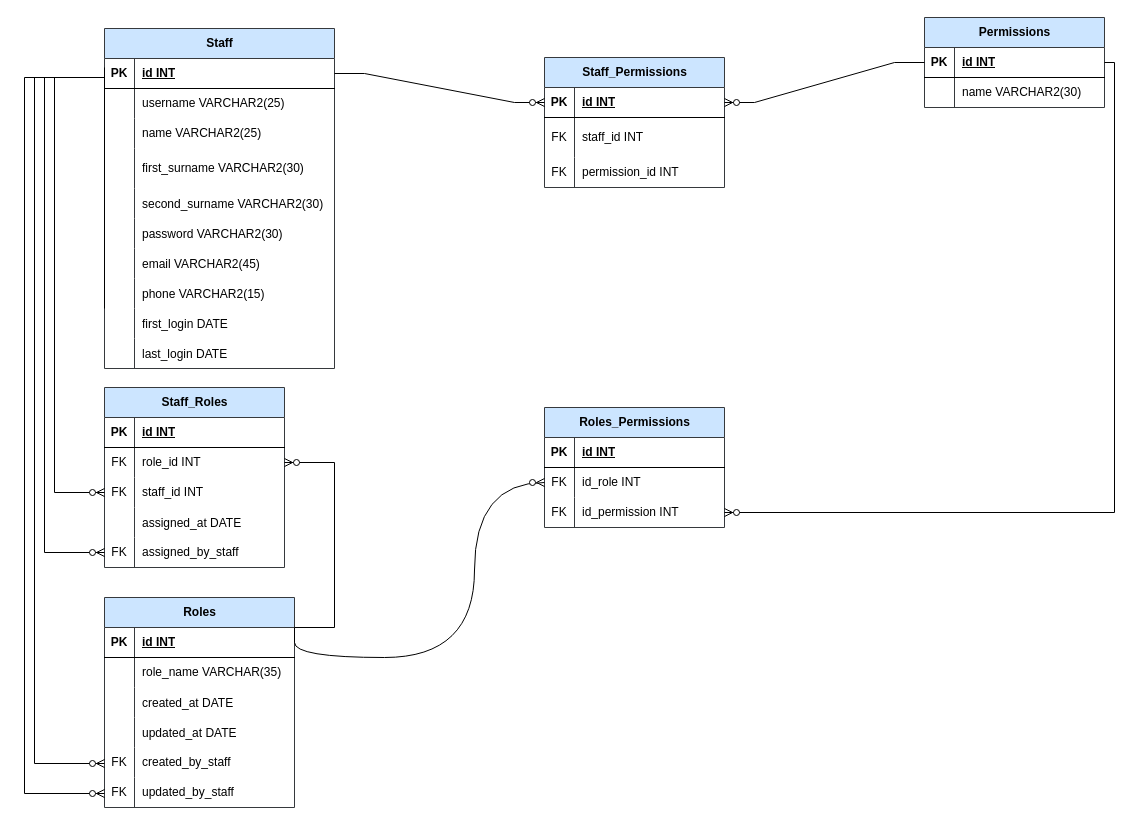
Above: adminpanel-relational-model-db.drawio in ivansanmartin/ivsm-ecommerce-info (draw.io), before the change. Source tidied: cells renumbered, new cells numbered last; positions are measured from the earlier drawing's top-left corner, leaving out a move shared by most shapes. Both pictures are drawn from the tidied source at 100%, with x=0, y=0 at pixel (24, 17).
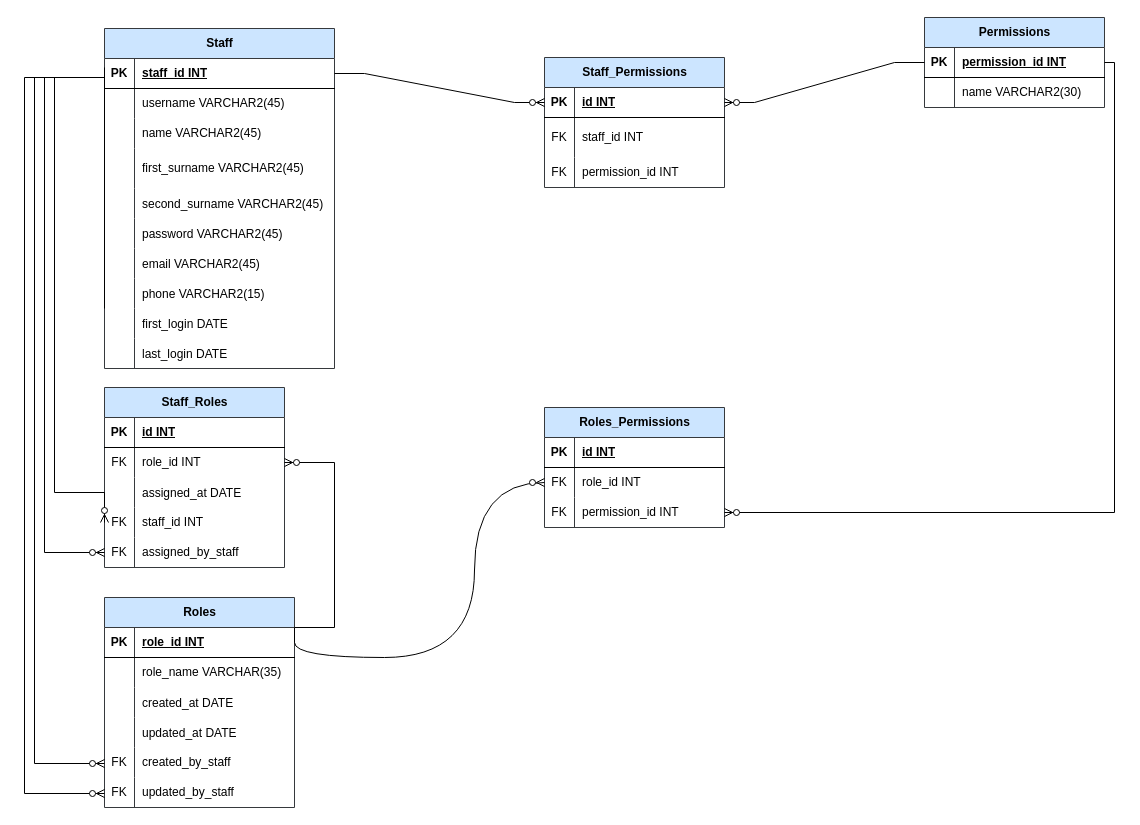
After the change.

Commit message:
update: admin panel relational diagram updated

Unchanged cells that the change refers to:
```xml
<mxCell id="3" style="shape=tableRow;horizontal=0;startSize=0;swimlaneHead=0;swimlaneBody=0;fillColor=none;points=[[0,0.5],[1,0.5]];portConstraint=eastwest;top=0;left=0;right=0;bottom=1;" parent="2" vertex="1">
  <mxGeometry y="30" width="230" height="30" as="geometry" />
</mxCell>
<mxCell id="6" style="shape=tableRow;horizontal=0;startSize=0;swimlaneHead=0;swimlaneBody=0;fillColor=none;top=0;left=0;right=0;bottom=0;" parent="2" vertex="1">
  <mxGeometry y="60" width="230" height="30" as="geometry" />
</mxCell>
<mxCell id="9" style="shape=tableRow;horizontal=0;startSize=0;swimlaneHead=0;swimlaneBody=0;fillColor=none;top=0;left=0;right=0;bottom=0;" parent="2" vertex="1">
  <mxGeometry y="90" width="230" height="30" as="geometry" />
</mxCell>
<mxCell id="12" style="shape=tableRow;horizontal=0;startSize=0;swimlaneHead=0;swimlaneBody=0;fillColor=none;top=0;left=0;right=0;bottom=0;" parent="2" vertex="1">
  <mxGeometry y="120" width="230" height="40" as="geometry" />
</mxCell>
<mxCell id="15" style="shape=tableRow;horizontal=0;startSize=0;swimlaneHead=0;swimlaneBody=0;fillColor=none;top=0;left=0;right=0;bottom=0;" parent="2" vertex="1">
  <mxGeometry y="160" width="230" height="30" as="geometry" />
</mxCell>
<mxCell id="18" style="shape=tableRow;horizontal=0;startSize=0;swimlaneHead=0;swimlaneBody=0;fillColor=none;top=0;left=0;right=0;bottom=0;" parent="2" vertex="1">
  <mxGeometry y="190" width="230" height="30" as="geometry" />
</mxCell>
<mxCell id="44" style="shape=tableRow;horizontal=0;startSize=0;swimlaneHead=0;swimlaneBody=0;fillColor=none;points=[[0,0.5],[1,0.5]];portConstraint=eastwest;top=0;left=0;right=0;bottom=1;" parent="43" vertex="1">
  <mxGeometry y="30" width="180" height="30" as="geometry" />
</mxCell>
<mxCell id="50" value="Staff_Roles" style="shape=table;startSize=30;childLayout=tableLayout;rowLines=0;fontStyle=1;align=center;html=1;fillColor=#cce5ff;strokeColor=#36393d;" parent="1" vertex="1">
  <mxGeometry x="80" y="370" width="180" height="180" as="geometry" />
</mxCell>
<mxCell id="70" style="shape=tableRow;horizontal=0;startSize=0;swimlaneHead=0;swimlaneBody=0;fillColor=none;points=[[0,0.5],[1,0.5]];portConstraint=eastwest;top=0;left=0;right=0;bottom=0;" parent="66" vertex="1">
  <mxGeometry y="60" width="180" height="30" as="geometry" />
</mxCell>
<mxCell id="73" style="shape=tableRow;horizontal=0;startSize=0;swimlaneHead=0;swimlaneBody=0;fillColor=none;points=[[0,0.5],[1,0.5]];portConstraint=eastwest;top=0;left=0;right=0;bottom=0;" parent="66" vertex="1">
  <mxGeometry y="90" width="180" height="30" as="geometry" />
</mxCell>
<mxCell id="77" style="shape=tableRow;horizontal=0;startSize=0;swimlaneHead=0;swimlaneBody=0;fillColor=none;points=[[0,0.5],[1,0.5]];portConstraint=eastwest;top=0;left=0;right=0;bottom=1;" parent="76" vertex="1">
  <mxGeometry y="30" width="190" height="30" as="geometry" />
</mxCell>
```

What changed in the source:
```diff
@@
-    <mxCell id="5" value="id INT" style="shape=partialRectangle;fillColor=none;top=0;left=0;bottom=0;right=0;align=left;spacingLeft=6;fontStyle=5;overflow=hidden;whiteSpace=wrap;html=1;" parent="3" vertex="1">
+    <mxCell id="5" value="staff_id INT" style="shape=partialRectangle;fillColor=none;top=0;left=0;bottom=0;right=0;align=left;spacingLeft=6;fontStyle=5;overflow=hidden;whiteSpace=wrap;html=1;" parent="3" vertex="1">
       <mxGeometry x="30" width="200" height="30" as="geometry" />
     </mxCell>
@@
-    <mxCell id="8" value="username VARCHAR2(25)" style="shape=partialRectangle;fillColor=none;top=0;left=0;bottom=0;right=0;align=left;spacingLeft=6;overflow=hidden;whiteSpace=wrap;html=1;" parent="6" vertex="1">
+    <mxCell id="8" value="username VARCHAR2(45)" style="shape=partialRectangle;fillColor=none;top=0;left=0;bottom=0;right=0;align=left;spacingLeft=6;overflow=hidden;whiteSpace=wrap;html=1;" parent="6" vertex="1">
       <mxGeometry x="30" width="200" height="30" as="geometry" />
     </mxCell>
@@
-    <mxCell id="11" value="name VARCHAR2(25)" style="shape=partialRectangle;fillColor=none;top=0;left=0;bottom=0;right=0;align=left;spacingLeft=6;overflow=hidden;whiteSpace=wrap;html=1;" parent="9" vertex="1">
+    <mxCell id="11" value="name VARCHAR2(45)" style="shape=partialRectangle;fillColor=none;top=0;left=0;bottom=0;right=0;align=left;spacingLeft=6;overflow=hidden;whiteSpace=wrap;html=1;" parent="9" vertex="1">
       <mxGeometry x="30" width="200" height="30" as="geometry" />
     </mxCell>
@@
-    <mxCell id="14" value="first_surname VARCHAR2(30)" style="shape=partialRectangle;fillColor=none;top=0;left=0;bottom=0;right=0;align=left;spacingLeft=6;overflow=hidden;whiteSpace=wrap;html=1;" parent="12" vertex="1">
+    <mxCell id="14" value="first_surname VARCHAR2(45)" style="shape=partialRectangle;fillColor=none;top=0;left=0;bottom=0;right=0;align=left;spacingLeft=6;overflow=hidden;whiteSpace=wrap;html=1;" parent="12" vertex="1">
       <mxGeometry x="30" width="200" height="40" as="geometry" />
     </mxCell>
@@
-    <mxCell id="17" value="second_surname VARCHAR2(30)" style="shape=partialRectangle;fillColor=none;top=0;left=0;bottom=0;right=0;align=left;spacingLeft=6;overflow=hidden;" parent="15" vertex="1">
+    <mxCell id="17" value="second_surname VARCHAR2(45)" style="shape=partialRectangle;fillColor=none;top=0;left=0;bottom=0;right=0;align=left;spacingLeft=6;overflow=hidden;" parent="15" vertex="1">
       <mxGeometry x="30" width="200" height="30" as="geometry" />
     </mxCell>
@@
-    <mxCell id="20" value="password VARCHAR2(30)" style="shape=partialRectangle;fillColor=none;top=0;left=0;bottom=0;right=0;align=left;spacingLeft=6;overflow=hidden;" parent="18" vertex="1">
+    <mxCell id="20" value="password VARCHAR2(45)" style="shape=partialRectangle;fillColor=none;top=0;left=0;bottom=0;right=0;align=left;spacingLeft=6;overflow=hidden;" parent="18" vertex="1">
       <mxGeometry x="30" width="200" height="30" as="geometry" />
     </mxCell>
@@
-    <mxCell id="46" value="id INT" style="shape=partialRectangle;fillColor=none;top=0;left=0;bottom=0;right=0;align=left;spacingLeft=6;fontStyle=5;overflow=hidden;whiteSpace=wrap;html=1;" parent="44" vertex="1">
+    <mxCell id="46" value="permission_id INT" style="shape=partialRectangle;fillColor=none;top=0;left=0;bottom=0;right=0;align=left;spacingLeft=6;fontStyle=5;overflow=hidden;whiteSpace=wrap;html=1;" parent="44" vertex="1">
       <mxGeometry x="30" width="150" height="30" as="geometry" />
     </mxCell>
@@
+    <mxCell id="60" style="shape=tableRow;horizontal=0;startSize=0;swimlaneHead=0;swimlaneBody=0;fillColor=none;top=0;left=0;right=0;bottom=0;" parent="50" vertex="1">
+      <mxGeometry y="90" width="180" height="30" as="geometry" />
+    </mxCell>
+    <mxCell id="61" style="shape=partialRectangle;fillColor=none;top=0;left=0;bottom=0;right=0;overflow=hidden;" parent="60" vertex="1">
+      <mxGeometry width="30" height="30" as="geometry" />
+    </mxCell>
+    <mxCell id="62" value="assigned_at DATE" style="shape=partialRectangle;fillColor=none;top=0;left=0;bottom=0;right=0;align=left;spacingLeft=6;overflow=hidden;" parent="60" vertex="1">
+      <mxGeometry x="30" width="150" height="30" as="geometry" />
+    </mxCell>
     <mxCell id="57" style="shape=tableRow;horizontal=0;startSize=0;swimlaneHead=0;swimlaneBody=0;fillColor=none;points=[[0,0.5],[1,0.5]];portConstraint=eastwest;top=0;left=0;right=0;bottom=0;" parent="50" vertex="1">
-      <mxGeometry y="90" width="180" height="30" as="geometry" />
+      <mxGeometry y="120" width="180" height="30" as="geometry" />
     </mxCell>
@@
-    <mxCell id="60" style="shape=tableRow;horizontal=0;startSize=0;swimlaneHead=0;swimlaneBody=0;fillColor=none;top=0;left=0;right=0;bottom=0;" parent="50" vertex="1">
-      <mxGeometry y="120" width="180" height="30" as="geometry" />
-    </mxCell>
-    <mxCell id="61" style="shape=partialRectangle;fillColor=none;top=0;left=0;bottom=0;right=0;overflow=hidden;" parent="60" vertex="1">
-      <mxGeometry width="30" height="30" as="geometry" />
-    </mxCell>
-    <mxCell id="62" value="assigned_at DATE" style="shape=partialRectangle;fillColor=none;top=0;left=0;bottom=0;right=0;align=left;spacingLeft=6;overflow=hidden;" parent="60" vertex="1">
-      <mxGeometry x="30" width="150" height="30" as="geometry" />
-    </mxCell>
@@
-    <mxCell id="72" value="id_role INT" style="shape=partialRectangle;fillColor=none;top=0;left=0;bottom=0;right=0;align=left;spacingLeft=6;fontStyle=0;overflow=hidden;whiteSpace=wrap;html=1;" parent="70" vertex="1">
+    <mxCell id="72" value="role_id INT" style="shape=partialRectangle;fillColor=none;top=0;left=0;bottom=0;right=0;align=left;spacingLeft=6;fontStyle=0;overflow=hidden;whiteSpace=wrap;html=1;" parent="70" vertex="1">
       <mxGeometry x="30" width="150" height="30" as="geometry" />
     </mxCell>
@@
-    <mxCell id="75" value="id_permission INT" style="shape=partialRectangle;fillColor=none;top=0;left=0;bottom=0;right=0;align=left;spacingLeft=6;fontStyle=0;overflow=hidden;whiteSpace=wrap;html=1;" parent="73" vertex="1">
+    <mxCell id="75" value="permission_id INT" style="shape=partialRectangle;fillColor=none;top=0;left=0;bottom=0;right=0;align=left;spacingLeft=6;fontStyle=0;overflow=hidden;whiteSpace=wrap;html=1;" parent="73" vertex="1">
       <mxGeometry x="30" width="150" height="30" as="geometry" />
     </mxCell>
@@
-    <mxCell id="79" value="id INT" style="shape=partialRectangle;fillColor=none;top=0;left=0;bottom=0;right=0;align=left;spacingLeft=6;fontStyle=5;overflow=hidden;whiteSpace=wrap;html=1;" parent="77" vertex="1">
+    <mxCell id="79" value="role_id INT" style="shape=partialRectangle;fillColor=none;top=0;left=0;bottom=0;right=0;align=left;spacingLeft=6;fontStyle=5;overflow=hidden;whiteSpace=wrap;html=1;" parent="77" vertex="1">
       <mxGeometry x="30" width="160" height="30" as="geometry" />
     </mxCell>
```
